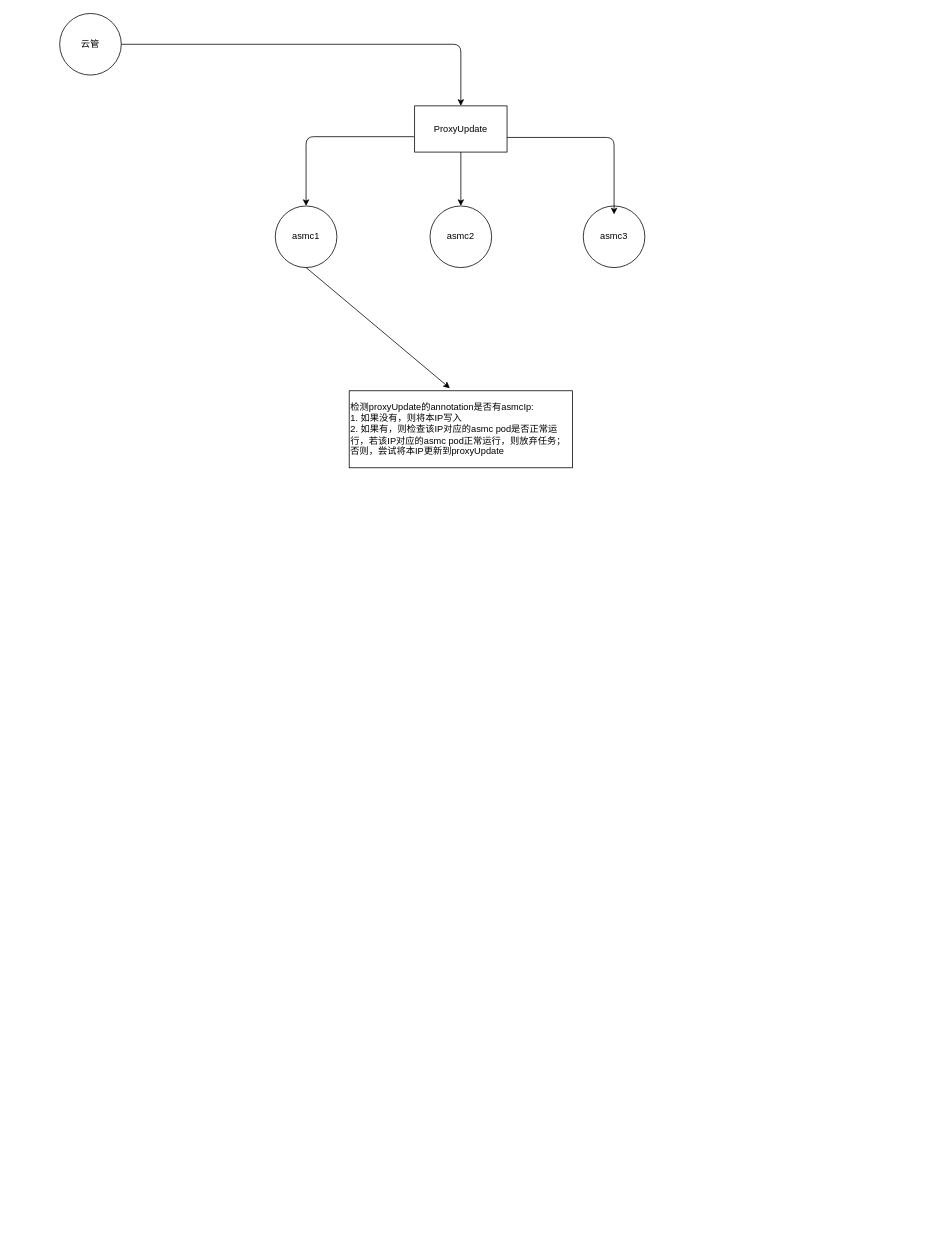
Above: Untitled Diagram.drawio in 460434901ccz/ccz-practise (draw.io), before the change. Source tidied: cells renumbered, new cells numbered last; positions are measured from the earlier drawing's top-left corner, leaving out a move shared by most shapes. Both pictures are drawn from the tidied source at 77%, with x=0, y=0 at pixel (59, 13).
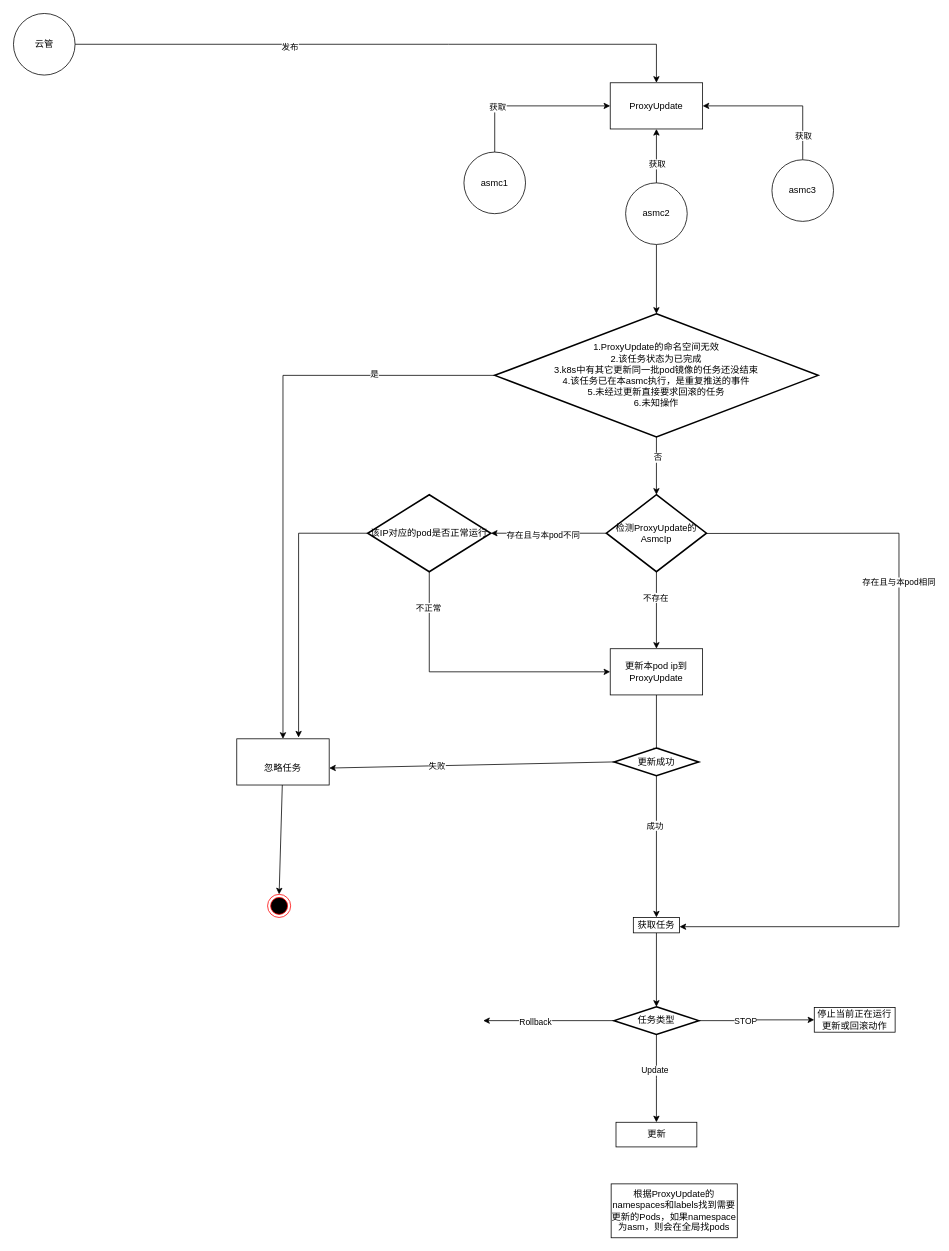
Above is the later version.

What changed in the source:
```diff
@@
+    <mxCell id="3" style="edgeStyle=none;rounded=0;jettySize=auto;html=1;entryX=0.5;entryY=0;entryDx=0;entryDy=0;" parent="1" edge="1" source="2" target="4">
+      <mxGeometry relative="1" as="geometry">
+        <Array as="points">
+          <mxPoint x="505" y="40" />
+          <mxPoint x="775" y="40" />
+        </Array>
+      </mxGeometry>
+    </mxCell>
+    <mxCell id="13" value="发布" style="edgeLabel;html=1;align=center;verticalAlign=middle;" parent="3" vertex="1">
+      <mxGeometry x="-0.31" y="-3" relative="1" as="geometry" />
+    </mxCell>
     <mxCell id="2" value="云管" style="ellipse;whiteSpace=wrap;html=1;" parent="1" vertex="1">
-      <mxGeometry width="80" height="80" as="geometry" />
+      <mxGeometry x="-60" width="80" height="80" as="geometry" />
     </mxCell>
-    <mxCell id="3" style="endArrow=classic;html=1;" parent="1" edge="1" source="2" target="4">
-      <mxGeometry relative="1" as="geometry">
-        <Array as="points">
-          <mxPoint x="521" y="40" />
-        </Array>
-      </mxGeometry>
-    </mxCell>
     <mxCell id="4" value="ProxyUpdate" style="rounded=0;whiteSpace=wrap;html=1;" parent="1" vertex="1">
-      <mxGeometry x="461" y="120" width="120" height="60" as="geometry" />
+      <mxGeometry x="715" y="90" width="120" height="60" as="geometry" />
     </mxCell>
+    <mxCell id="14" style="edgeStyle=none;rounded=0;jettySize=auto;html=1;exitX=0.5;exitY=0;exitDx=0;exitDy=0;entryX=0;entryY=0.5;entryDx=0;entryDy=0;" parent="1" edge="1" source="5">
+      <mxGeometry relative="1" as="geometry">
+        <mxPoint x="715" y="120" as="targetPoint" />
+        <Array as="points">
+          <mxPoint x="565" y="120" />
+        </Array>
+      </mxGeometry>
+    </mxCell>
+    <mxCell id="15" value="获取" style="edgeLabel;html=1;align=center;verticalAlign=middle;" parent="14" vertex="1">
+      <mxGeometry x="-0.4" y="-1" relative="1" as="geometry" />
+    </mxCell>
     <mxCell id="5" value="asmc1" style="ellipse;whiteSpace=wrap;html=1;" parent="1" vertex="1">
-      <mxGeometry x="280" y="250" width="80" height="80" as="geometry" />
+      <mxGeometry x="525" y="180" width="80" height="80" as="geometry" />
     </mxCell>
+    <mxCell id="16" style="edgeStyle=none;rounded=0;jettySize=auto;html=1;exitX=0.5;exitY=0;exitDx=0;exitDy=0;entryX=0.5;entryY=1;entryDx=0;entryDy=0;" parent="1" edge="1" source="6">
+      <mxGeometry relative="1" as="geometry">
+        <mxPoint x="775" y="150" as="targetPoint" />
+      </mxGeometry>
+    </mxCell>
+    <mxCell id="17" value="获取" style="edgeLabel;html=1;align=center;verticalAlign=middle;" parent="16" vertex="1">
+      <mxGeometry x="-0.3" relative="1" as="geometry" />
+    </mxCell>
+    <mxCell id="18" style="edgeStyle=none;rounded=0;jettySize=auto;html=1;entryX=0.5;entryY=0;entryDx=0;entryDy=0;entryPerimeter=0;" parent="1" edge="1" source="6" target="48">
+      <mxGeometry relative="1" as="geometry" />
+    </mxCell>
     <mxCell id="6" value="asmc2" style="ellipse;whiteSpace=wrap;html=1;" parent="1" vertex="1">
-      <mxGeometry x="481" y="250" width="80" height="80" as="geometry" />
+      <mxGeometry x="735" y="220" width="80" height="80" as="geometry" />
     </mxCell>
+    <mxCell id="19" style="edgeStyle=none;rounded=0;jettySize=auto;html=1;entryX=1;entryY=0.5;entryDx=0;entryDy=0;" parent="1" edge="1" source="7">
+      <mxGeometry relative="1" as="geometry">
+        <mxPoint x="835" y="120" as="targetPoint" />
+        <Array as="points">
+          <mxPoint x="965" y="120" />
+        </Array>
+      </mxGeometry>
+    </mxCell>
+    <mxCell id="20" value="获取" style="edgeLabel;html=1;align=center;verticalAlign=middle;" parent="19" vertex="1">
+      <mxGeometry x="-0.68" relative="1" as="geometry" />
+    </mxCell>
     <mxCell id="7" value="asmc3" style="ellipse;whiteSpace=wrap;html=1;" parent="1" vertex="1">
-      <mxGeometry x="680" y="250" width="80" height="80" as="geometry" />
+      <mxGeometry x="925" y="190" width="80" height="80" as="geometry" />
     </mxCell>
-    <mxCell id="8" value="检测proxyUpdate的annotation是否有asmcIp:&lt;br&gt;1. 如果没有，则将本IP写入&lt;br&gt;2. 如果有，则检查该IP对应的asmc pod是否正常运行，若该IP对应的asmc pod正常运行，则放弃任务；否则，尝试将本IP更新到proxyUpdate" style="rounded=0;whiteSpace=wrap;html=1;align=left;" parent="1" vertex="1">
-      <mxGeometry x="376" y="490" width="290" height="100" as="geometry" />
-    </mxCell>
-    <mxCell id="9" style="endArrow=classic;html=1;entryX=0.5;entryY=0;entryDx=0;entryDy=0;" parent="1" edge="1" target="5">
-      <mxGeometry relative="1" as="geometry">
-        <mxPoint x="460" y="160" as="sourcePoint" />
-        <Array as="points">
-          <mxPoint x="320" y="160" />
-        </Array>
-      </mxGeometry>
-    </mxCell>
-    <mxCell id="10" style="endArrow=classic;html=1;entryX=0.5;entryY=0;entryDx=0;entryDy=0;exitX=0.5;exitY=1;exitDx=0;exitDy=0;" parent="1" edge="1" source="4" target="6">
-      <mxGeometry relative="1" as="geometry" />
-    </mxCell>
-    <mxCell id="11" style="endArrow=classic;html=1;entryX=0.5;entryY=0;entryDx=0;entryDy=0;exitX=1;exitY=0.5;exitDx=0;exitDy=0;" parent="1" edge="1">
-      <mxGeometry relative="1" as="geometry">
-        <mxPoint x="581" y="161" as="sourcePoint" />
-        <mxPoint x="720" y="261" as="targetPoint" />
-        <Array as="points">
-          <mxPoint x="720" y="161" />
-        </Array>
-      </mxGeometry>
-    </mxCell>
-    <mxCell id="12" style="endArrow=classic;html=1;entryX=0.451;entryY=-0.033;entryDx=0;entryDy=0;exitX=0.5;exitY=1;exitDx=0;exitDy=0;entryPerimeter=0;" parent="1" edge="1" source="5" target="8">
-      <mxGeometry relative="1" as="geometry" />
-    </mxCell>
+    <mxCell id="21" style="edgeStyle=none;rounded=0;jettySize=auto;html=1;entryX=0.5;entryY=0;entryDx=0;entryDy=0;exitX=0.5;exitY=1;exitDx=0;exitDy=0;exitPerimeter=0;" parent="1" edge="1" source="27" target="29">
+      <mxGeometry relative="1" as="geometry" />
+    </mxCell>
+    <mxCell id="22" value="不存在" style="edgeLabel;html=1;align=center;verticalAlign=middle;" parent="21" vertex="1">
+      <mxGeometry x="-0.35" y="-2" relative="1" as="geometry" />
+    </mxCell>
+    <mxCell id="23" style="edgeStyle=none;rounded=0;jettySize=auto;html=1;entryX=1;entryY=0.5;entryDx=0;entryDy=0;entryPerimeter=0;exitX=0;exitY=0.5;exitDx=0;exitDy=0;exitPerimeter=0;" parent="1" edge="1" source="27" target="40">
+      <mxGeometry relative="1" as="geometry" />
+    </mxCell>
+    <mxCell id="24" value="存在且与本pod不同" style="edgeLabel;html=1;align=center;verticalAlign=middle;" parent="23" vertex="1">
+      <mxGeometry x="0.11" y="2" relative="1" as="geometry" />
+    </mxCell>
+    <mxCell id="25" style="edgeStyle=none;rounded=0;orthogonalLoop=1;jettySize=auto;html=1;entryX=1;entryY=0.5;entryDx=0;entryDy=0;" parent="1" edge="1">
+      <mxGeometry relative="1" as="geometry">
+        <mxPoint x="840" y="675.3" as="sourcePoint" />
+        <mxPoint x="805" y="1186" as="targetPoint" />
+        <Array as="points">
+          <mxPoint x="1090" y="675" />
+          <mxPoint x="1090" y="1186" />
+        </Array>
+      </mxGeometry>
+    </mxCell>
+    <mxCell id="26" value="存在且与本pod相同" style="edgeLabel;html=1;align=center;verticalAlign=middle;" parent="25" vertex="1">
+      <mxGeometry x="-0.4" y="-1" relative="1" as="geometry" />
+    </mxCell>
+    <mxCell id="27" value="&lt;span style=&quot;text-align: left&quot;&gt;检测ProxyUpdate的AsmcIp&lt;/span&gt;" style="strokeWidth=2;html=1;shape=mxgraph.flowchart.decision;whiteSpace=wrap;" parent="1" vertex="1">
+      <mxGeometry x="710" y="625" width="130" height="100" as="geometry" />
+    </mxCell>
+    <mxCell id="28" style="edgeStyle=none;rounded=0;jettySize=auto;html=1;entryX=0.5;entryY=0;entryDx=0;entryDy=0;entryPerimeter=0;" parent="1" edge="1" source="29">
+      <mxGeometry relative="1" as="geometry">
+        <mxPoint x="775" y="962" as="targetPoint" />
+      </mxGeometry>
+    </mxCell>
+    <mxCell id="29" value="更新本pod ip到ProxyUpdate" style="rounded=0;whiteSpace=wrap;html=1;" parent="1" vertex="1">
+      <mxGeometry x="715" y="825" width="120" height="60" as="geometry" />
+    </mxCell>
+    <mxCell id="30" style="edgeStyle=none;rounded=0;jettySize=auto;html=1;" parent="1" edge="1" source="34" target="36">
+      <mxGeometry relative="1" as="geometry" />
+    </mxCell>
+    <mxCell id="31" value="成功" style="edgeLabel;html=1;align=center;verticalAlign=middle;" parent="30" vertex="1">
+      <mxGeometry x="-0.3" y="-3" relative="1" as="geometry" />
+    </mxCell>
+    <mxCell id="32" style="edgeStyle=none;rounded=0;jettySize=auto;html=1;entryX=1;entryY=0.5;entryDx=0;entryDy=0;exitX=0;exitY=0.5;exitDx=0;exitDy=0;exitPerimeter=0;" parent="1" edge="1" source="34">
+      <mxGeometry relative="1" as="geometry">
+        <mxPoint x="350" y="980" as="targetPoint" />
+      </mxGeometry>
+    </mxCell>
+    <mxCell id="33" value="失败" style="edgeLabel;html=1;align=center;verticalAlign=middle;" parent="32" vertex="1">
+      <mxGeometry x="0.25" y="1" relative="1" as="geometry" />
+    </mxCell>
+    <mxCell id="34" value="&lt;span style=&quot;text-align: left&quot;&gt;更新成功&lt;/span&gt;" style="strokeWidth=2;html=1;shape=mxgraph.flowchart.decision;whiteSpace=wrap;" parent="1" vertex="1">
+      <mxGeometry x="720" y="954" width="110" height="36" as="geometry" />
+    </mxCell>
+    <mxCell id="35" style="edgeStyle=orthogonalEdgeStyle;rounded=0;jettySize=auto;html=1;entryX=0.5;entryY=0;entryDx=0;entryDy=0;entryPerimeter=0;" parent="1" edge="1" source="36" target="55">
+      <mxGeometry relative="1" as="geometry" />
+    </mxCell>
+    <mxCell id="36" value="获取任务" style="rounded=0;whiteSpace=wrap;html=1;" parent="1" vertex="1">
+      <mxGeometry x="745" y="1174" width="60" height="20" as="geometry" />
+    </mxCell>
+    <mxCell id="37" style="edgeStyle=none;rounded=0;jettySize=auto;html=1;entryX=0;entryY=0.5;entryDx=0;entryDy=0;exitX=0.5;exitY=1;exitDx=0;exitDy=0;exitPerimeter=0;" parent="1" edge="1" source="40" target="29">
+      <mxGeometry relative="1" as="geometry">
+        <Array as="points">
+          <mxPoint x="480" y="855" />
+        </Array>
+      </mxGeometry>
+    </mxCell>
+    <mxCell id="38" value="不正常" style="edgeLabel;html=1;align=center;verticalAlign=middle;" parent="37" vertex="1">
+      <mxGeometry x="-0.75" y="-2" relative="1" as="geometry" />
+    </mxCell>
+    <mxCell id="39" style="edgeStyle=orthogonalEdgeStyle;rounded=0;jettySize=auto;html=1;entryX=0.669;entryY=-0.028;entryDx=0;entryDy=0;entryPerimeter=0;" parent="1" edge="1" source="40" target="42">
+      <mxGeometry relative="1" as="geometry" />
+    </mxCell>
+    <mxCell id="40" value="该IP对应的pod是否正常运行" style="strokeWidth=2;html=1;shape=mxgraph.flowchart.decision;whiteSpace=wrap;" parent="1" vertex="1">
+      <mxGeometry x="400" y="625" width="160" height="100" as="geometry" />
+    </mxCell>
+    <mxCell id="41" style="edgeStyle=none;rounded=0;jettySize=auto;html=1;entryX=0.5;entryY=0;entryDx=0;entryDy=0;" parent="1" edge="1" source="42" target="43">
+      <mxGeometry relative="1" as="geometry" />
+    </mxCell>
+    <mxCell id="42" value="&lt;br&gt;忽略任务" style="rounded=0;whiteSpace=wrap;html=1;" parent="1" vertex="1">
+      <mxGeometry x="230" y="942" width="120" height="60" as="geometry" />
+    </mxCell>
+    <mxCell id="43" style="ellipse;html=1;shape=endState;fillColor=#000000;strokeColor=#ff0000;" parent="1" vertex="1">
+      <mxGeometry x="270" y="1144" width="30" height="30" as="geometry" />
+    </mxCell>
+    <mxCell id="44" style="edgeStyle=orthogonalEdgeStyle;rounded=0;jettySize=auto;html=1;" parent="1" edge="1" source="48" target="27">
+      <mxGeometry relative="1" as="geometry" />
+    </mxCell>
+    <mxCell id="45" value="否" style="edgeLabel;html=1;align=center;verticalAlign=middle;" parent="44" vertex="1">
+      <mxGeometry x="-0.3" y="1" relative="1" as="geometry" />
+    </mxCell>
+    <mxCell id="46" style="edgeStyle=orthogonalEdgeStyle;rounded=0;jettySize=auto;html=1;" parent="1" edge="1" source="48" target="42">
+      <mxGeometry relative="1" as="geometry" />
+    </mxCell>
+    <mxCell id="47" value="是" style="edgeLabel;html=1;align=center;verticalAlign=middle;" parent="46" vertex="1">
+      <mxGeometry x="-0.58" y="-3" relative="1" as="geometry" />
+    </mxCell>
+    <mxCell id="48" value="&lt;span style=&quot;text-align: left&quot;&gt;1.ProxyUpdate的命名空间无效&lt;br&gt;2.&lt;/span&gt;&lt;span style=&quot;text-align: left&quot;&gt;该任务状态为已完成&lt;br&gt;&lt;/span&gt;&lt;span style=&quot;text-align: left&quot;&gt;3.k8s中有其它更新同一批pod镜像的任务还没结束&lt;br&gt;4.该任务已在本asmc执行，是重复推送的事件&lt;br&gt;5.未经过更新直接要求回滚的任务&lt;br&gt;6.未知操作&lt;br&gt;&lt;/span&gt;" style="strokeWidth=2;html=1;shape=mxgraph.flowchart.decision;whiteSpace=wrap;" parent="1" vertex="1">
+      <mxGeometry x="565" y="390" width="420" height="160" as="geometry" />
+    </mxCell>
+    <mxCell id="49" style="edgeStyle=orthogonalEdgeStyle;rounded=0;jettySize=auto;html=1;entryX=0;entryY=0.5;entryDx=0;entryDy=0;" parent="1" edge="1" source="55" target="56">
+      <mxGeometry relative="1" as="geometry" />
+    </mxCell>
+    <mxCell id="50" value="STOP" style="edgeLabel;html=1;align=center;verticalAlign=middle;" parent="49" vertex="1">
+      <mxGeometry x="-0.2" relative="1" as="geometry" />
+    </mxCell>
+    <mxCell id="51" style="edgeStyle=orthogonalEdgeStyle;rounded=0;jettySize=auto;html=1;" parent="1" edge="1" source="55">
+      <mxGeometry relative="1" as="geometry">
+        <mxPoint x="550" y="1308" as="targetPoint" />
+      </mxGeometry>
+    </mxCell>
+    <mxCell id="52" value="Rollback" style="edgeLabel;html=1;align=center;verticalAlign=middle;" parent="51" vertex="1">
+      <mxGeometry x="0.21" y="1" relative="1" as="geometry" />
+    </mxCell>
+    <mxCell id="53" style="edgeStyle=orthogonalEdgeStyle;rounded=0;jettySize=auto;html=1;" parent="1" edge="1" source="55">
+      <mxGeometry relative="1" as="geometry">
+        <mxPoint x="775" y="1440" as="targetPoint" />
+      </mxGeometry>
+    </mxCell>
+    <mxCell id="54" value="Update" style="edgeLabel;html=1;align=center;verticalAlign=middle;" parent="53" vertex="1">
+      <mxGeometry x="-0.19" y="-3" relative="1" as="geometry" />
+    </mxCell>
+    <mxCell id="55" value="&lt;span style=&quot;text-align: left&quot;&gt;任务类型&lt;/span&gt;" style="strokeWidth=2;html=1;shape=mxgraph.flowchart.decision;whiteSpace=wrap;" parent="1" vertex="1">
+      <mxGeometry x="720" y="1290" width="110" height="36" as="geometry" />
+    </mxCell>
+    <mxCell id="56" value="停止当前正在运行更新或回滚动作" style="rounded=0;whiteSpace=wrap;html=1;" parent="1" vertex="1">
+      <mxGeometry x="980" y="1291" width="105" height="32" as="geometry" />
+    </mxCell>
+    <mxCell id="57" value="更新" style="rounded=0;whiteSpace=wrap;html=1;" parent="1" vertex="1">
+      <mxGeometry x="722.5" y="1440" width="105" height="32" as="geometry" />
+    </mxCell>
+    <mxCell id="58" value="根据ProxyUpdate的namespaces和labels找到需要更新的Pods，如果namespace为asm，则会在全局找pods" style="rounded=0;whiteSpace=wrap;html=1;" parent="1" vertex="1">
+      <mxGeometry x="716.2" y="1520" width="163.8" height="70" as="geometry" />
+    </mxCell>
```
